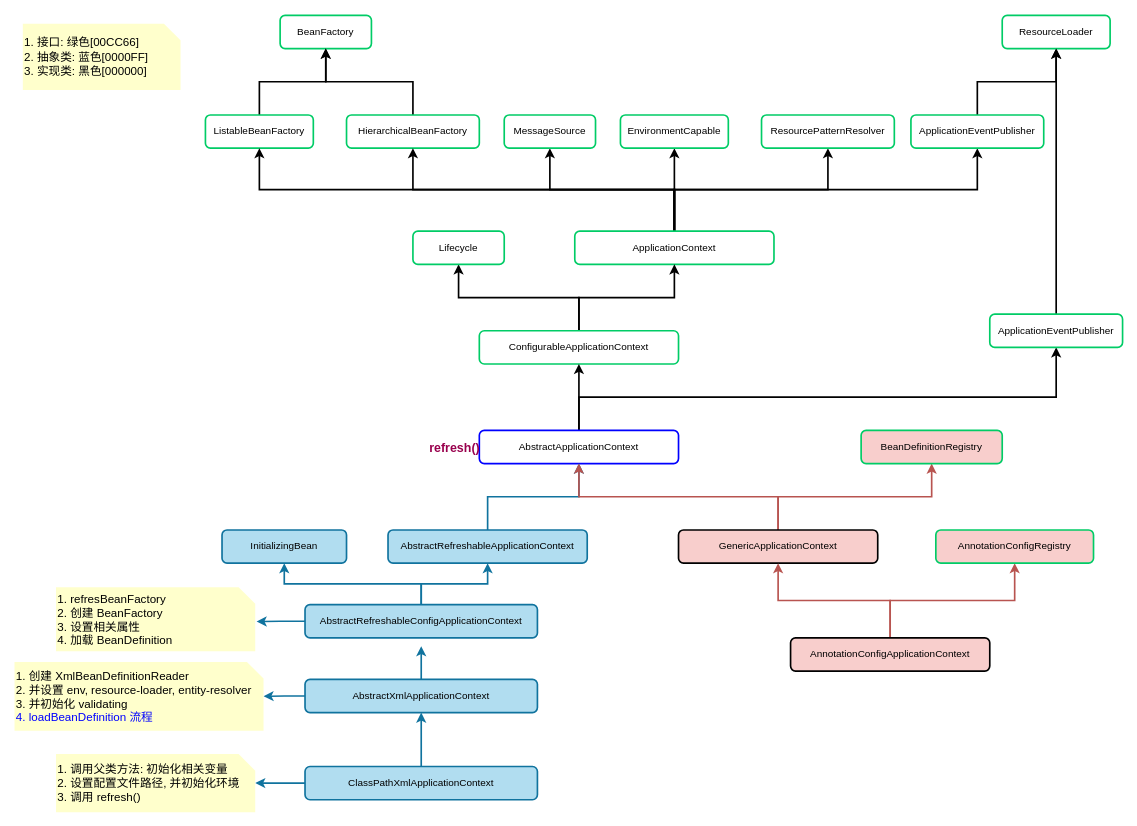
Before: diagram/05.spring-context.drawio in Alice52/spring-5.2.x, a draw.io diagram. Source tidied: cells renumbered, new cells numbered last; positions are measured from the earlier drawing's top-left corner, leaving out a move shared by most shapes. Both pictures are drawn from the tidied source at 83%, with x=0, y=0 at pixel (14, 15).
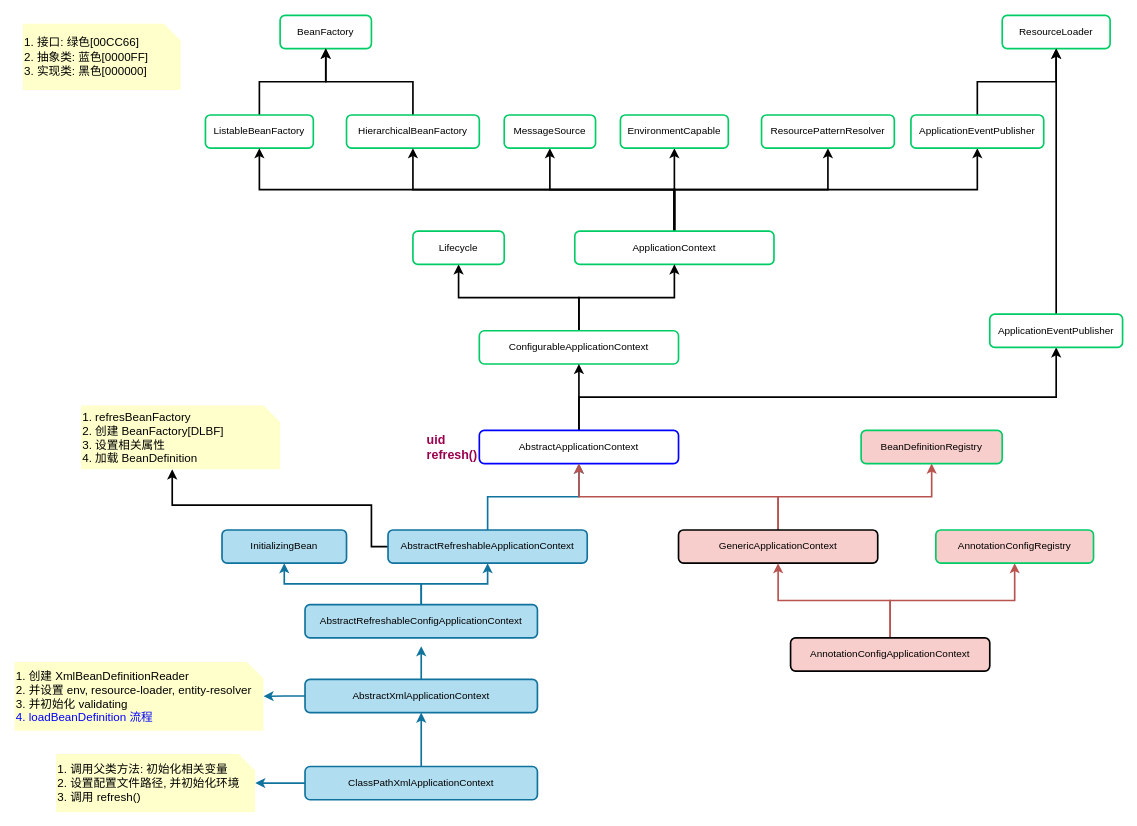
The same page after the edit.

Unchanged cells that the change refers to:
```xml
<mxCell id="30" value="AbstractRefreshableApplicationContext" style="rounded=1;whiteSpace=wrap;html=1;strokeWidth=2;fillColor=#b1ddf0;strokeColor=#10739e;" parent="1" vertex="1">
  <mxGeometry x="450" y="620" width="240" height="40" as="geometry" />
</mxCell>
<mxCell id="34" value="AbstractRefreshableConfigApplicationContext" style="rounded=1;whiteSpace=wrap;html=1;strokeWidth=2;fillColor=#b1ddf0;strokeColor=#10739e;" parent="1" vertex="1">
  <mxGeometry x="350" y="710" width="280" height="40" as="geometry" />
</mxCell>
```

Diff of the diagram source:
```diff
@@
+    <mxCell id="55" style="edgeStyle=orthogonalEdgeStyle;rounded=0;jettySize=auto;html=1;exitX=0;exitY=0.5;exitDx=0;exitDy=0;strokeWidth=2;" parent="1" edge="1" source="30" target="53">
+      <mxGeometry relative="1" as="geometry">
+        <Array as="points">
+          <mxPoint x="430" y="640" />
+          <mxPoint x="430" y="590" />
+          <mxPoint x="190" y="590" />
+        </Array>
+      </mxGeometry>
+    </mxCell>
@@
-    <mxCell id="33" style="edgeStyle=orthogonalEdgeStyle;rounded=0;jettySize=auto;html=1;strokeWidth=2;entryX=1.007;entryY=0.538;entryDx=0;entryDy=0;entryPerimeter=0;fillColor=#b1ddf0;strokeColor=#10739e;" parent="1" edge="1" source="34" target="53">
-      <mxGeometry relative="1" as="geometry" />
-    </mxCell>
@@
-    <mxCell id="42" value="&lt;b&gt;&lt;font color=&quot;#99004d&quot; style=&quot;font-size: 15px&quot;&gt;refresh()&lt;/font&gt;&lt;/b&gt;" style="text;html=1;align=center;verticalAlign=middle;strokeColor=none;strokeWidth=2;" parent="1" vertex="1">
-      <mxGeometry x="490" y="510" width="80" height="20" as="geometry" />
+    <mxCell id="42" value="&lt;b&gt;&lt;font color=&quot;#99004d&quot; style=&quot;font-size: 15px&quot;&gt;uid&lt;br&gt;refresh()&lt;/font&gt;&lt;/b&gt;" style="text;html=1;align=left;verticalAlign=middle;strokeColor=none;strokeWidth=2;" parent="1" vertex="1">
+      <mxGeometry x="495" y="500" width="80" height="40" as="geometry" />
     </mxCell>
@@
-    <mxCell id="53" value="1. refresBeanFactory&lt;br&gt;2. 创建 BeanFactory&lt;br&gt;3. 设置相关属性&lt;br&gt;4. 加载 BeanDefinition" style="shape=note;strokeWidth=1;fontSize=14;size=20;whiteSpace=wrap;html=1;align=left;fillColor=#FFFFCC;strokeColor=none;" parent="1" vertex="1">
-      <mxGeometry x="50" y="689" width="240" height="77" as="geometry" />
+    <mxCell id="53" value="1. refresBeanFactory&lt;br&gt;2. 创建 BeanFactory[DLBF]&lt;br&gt;3. 设置相关属性&lt;br&gt;4. 加载 BeanDefinition" style="shape=note;strokeWidth=1;fontSize=14;size=20;whiteSpace=wrap;html=1;align=left;fillColor=#FFFFCC;strokeColor=none;" parent="1" vertex="1">
+      <mxGeometry x="80" y="470" width="240" height="77" as="geometry" />
     </mxCell>
```
